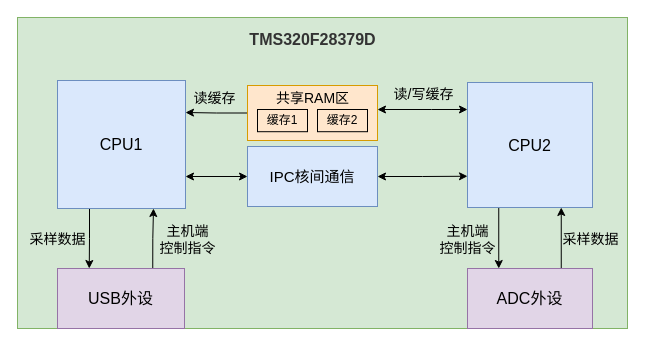
This is page "DSP程序内部逻辑" (2 of 4) of Untitled Diagram.drawio from fuxinsen/test, a draw.io file, before an edit. Source tidied: cells renumbered, new cells numbered last; positions are measured from the earlier drawing's top-left corner, leaving out a move shared by most shapes. Both pictures are drawn from the tidied source at 100%, with x=0, y=0 at pixel (17, 17).
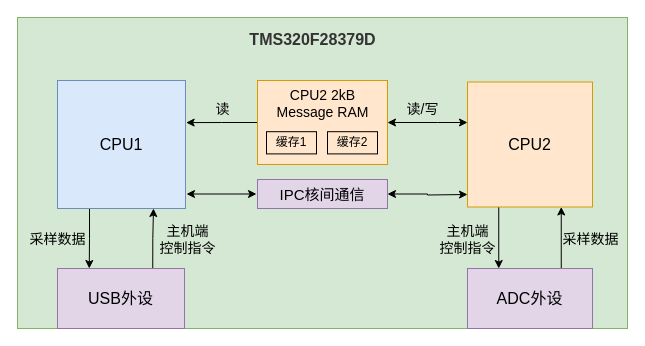
After the change.

The change refers to these unchanged cells:
```xml
<mxCell id="4" value="CPU1" style="whiteSpace=wrap;html=1;rounded=0;glass=0;sketch=0;fillColor=#dae8fc;fontSize=16;strokeColor=#6c8ebf;" parent="1" vertex="1">
  <mxGeometry x="40" y="63" width="128" height="128" as="geometry" />
</mxCell>
```

Diff of the diagram source:
```diff
@@
-    <mxCell id="6" value="CPU2" style="whiteSpace=wrap;html=1;rounded=0;glass=0;sketch=0;fillColor=#dae8fc;fontSize=16;strokeColor=#6c8ebf;" parent="1" vertex="1">
-      <mxGeometry x="450" y="65" width="125" height="125" as="geometry" />
+    <mxCell id="6" value="CPU2" style="whiteSpace=wrap;html=1;rounded=0;glass=0;sketch=0;fillColor=#ffe6cc;fontSize=16;strokeColor=#d79b00;" parent="1" vertex="1">
+      <mxGeometry x="450" y="64.5" width="125" height="125" as="geometry" />
     </mxCell>
@@
     <mxCell id="8" style="edgeStyle=orthogonalEdgeStyle;rounded=0;sketch=0;jettySize=auto;html=1;shadow=0;startArrow=classic;startFill=1;strokeColor=#000000;strokeWidth=1;fillColor=none;fontSize=16;" parent="1" edge="1" source="10" target="6">
       <mxGeometry relative="1" as="geometry">
         <Array as="points">
-          <mxPoint x="414" y="92" />
-          <mxPoint x="414" y="92" />
+          <mxPoint x="420" y="105" />
+          <mxPoint x="420" y="105" />
         </Array>
       </mxGeometry>
     </mxCell>
-    <mxCell id="9" style="edgeStyle=orthogonalEdgeStyle;rounded=0;sketch=0;jettySize=auto;html=1;entryX=1;entryY=0.25;entryDx=0;entryDy=0;shadow=0;startArrow=none;startFill=0;strokeColor=#000000;strokeWidth=1;fillColor=none;fontSize=12;endArrow=classic;endFill=1;" parent="1" edge="1" source="10" target="4">
+    <mxCell id="9" style="edgeStyle=orthogonalEdgeStyle;rounded=0;jettySize=auto;html=1;exitX=0;exitY=0.5;exitDx=0;exitDy=0;entryX=1.005;entryY=0.329;entryDx=0;entryDy=0;entryPerimeter=0;startArrow=none;startFill=0;" parent="1" edge="1" source="10" target="4">
       <mxGeometry relative="1" as="geometry" />
     </mxCell>
     <mxCell id="10" style="rounded=0;whiteSpace=wrap;html=1;glass=0;sketch=0;fillColor=#ffe6cc;fontSize=16;strokeColor=#d79b00;" parent="1" vertex="1">
-      <mxGeometry x="230" y="68" width="130" height="55" as="geometry" />
+      <mxGeometry x="240" y="63" width="130" height="84" as="geometry" />
     </mxCell>
-    <mxCell id="11" style="edgeStyle=orthogonalEdgeStyle;rounded=0;sketch=0;jettySize=auto;html=1;entryX=0;entryY=0.75;entryDx=0;entryDy=0;shadow=0;startArrow=classic;startFill=1;strokeColor=#000000;strokeWidth=1;fillColor=none;fontSize=16;" parent="1" edge="1" source="13" target="6">
-      <mxGeometry relative="1" as="geometry" />
-    </mxCell>
-    <mxCell id="12" style="edgeStyle=orthogonalEdgeStyle;rounded=0;sketch=0;jettySize=auto;html=1;entryX=1;entryY=0.75;entryDx=0;entryDy=0;shadow=0;startArrow=classic;startFill=1;strokeColor=#000000;strokeWidth=1;fillColor=none;fontSize=16;" parent="1" edge="1" source="13" target="4">
-      <mxGeometry relative="1" as="geometry" />
-    </mxCell>
+    <mxCell id="27" style="edgeStyle=orthogonalEdgeStyle;rounded=0;orthogonalLoop=1;jettySize=auto;html=1;entryX=1.016;entryY=0.887;entryDx=0;entryDy=0;entryPerimeter=0;startArrow=classic;startFill=1;" parent="1" edge="1">
+      <mxGeometry relative="1" as="geometry">
+        <mxPoint x="239" y="176.5" as="sourcePoint" />
+        <mxPoint x="169" y="176.5" as="targetPoint" />
+      </mxGeometry>
+    </mxCell>
+    <mxCell id="28" style="edgeStyle=orthogonalEdgeStyle;rounded=0;jettySize=auto;html=1;startArrow=classic;startFill=1;" parent="1" edge="1" source="13">
+      <mxGeometry relative="1" as="geometry">
+        <mxPoint x="450" y="177" as="targetPoint" />
+      </mxGeometry>
+    </mxCell>
-    <mxCell id="13" value="&lt;font style=&quot;font-size: 15px&quot;&gt;IPC核间通信&lt;/font&gt;" style="rounded=0;whiteSpace=wrap;html=1;glass=0;sketch=0;fillColor=#dae8fc;fontSize=16;strokeColor=#6c8ebf;" parent="1" vertex="1">
-      <mxGeometry x="230" y="129" width="130" height="60" as="geometry" />
+    <mxCell id="13" value="&lt;font style=&quot;font-size: 15px&quot;&gt;IPC核间通信&lt;/font&gt;" style="rounded=0;whiteSpace=wrap;html=1;glass=0;sketch=0;fillColor=#e1d5e7;fontSize=16;strokeColor=#9673a6;" parent="1" vertex="1">
+      <mxGeometry x="240" y="162" width="130" height="29" as="geometry" />
     </mxCell>
@@
-    <mxCell id="18" value="读/写缓存" style="text;html=1;align=center;verticalAlign=middle;fontSize=14;dashed=1;" parent="1" vertex="1">
-      <mxGeometry x="366" y="67" width="80" height="20" as="geometry" />
+    <mxCell id="18" value="读/写" style="text;html=1;align=center;verticalAlign=middle;fontSize=14;dashed=1;" parent="1" vertex="1">
+      <mxGeometry x="380" y="82" width="50" height="20" as="geometry" />
     </mxCell>
-    <mxCell id="19" value="读缓存" style="text;html=1;align=center;verticalAlign=middle;fontSize=14;dashed=1;" parent="1" vertex="1">
-      <mxGeometry x="167" y="71" width="60" height="20" as="geometry" />
+    <mxCell id="19" value="读" style="text;html=1;align=center;verticalAlign=middle;fontSize=14;dashed=1;" parent="1" vertex="1">
+      <mxGeometry x="190" y="82" width="30" height="20" as="geometry" />
     </mxCell>
@@
     <mxCell id="24" value="缓存1" style="rounded=0;whiteSpace=wrap;html=1;glass=0;sketch=0;strokeColor=#000000;fillColor=none;gradientColor=#ffffff;fontSize=12;" parent="1" vertex="1">
-      <mxGeometry x="240" y="92" width="50" height="22.2" as="geometry" />
+      <mxGeometry x="249" y="114.2" width="50" height="22.2" as="geometry" />
     </mxCell>
     <mxCell id="25" value="缓存2" style="rounded=0;whiteSpace=wrap;html=1;glass=0;sketch=0;strokeColor=#000000;fillColor=none;gradientColor=#ffffff;fontSize=12;" parent="1" vertex="1">
-      <mxGeometry x="300" y="92" width="50" height="22.2" as="geometry" />
+      <mxGeometry x="310" y="114.2" width="50" height="22.2" as="geometry" />
     </mxCell>
-    <mxCell id="26" value="&lt;font style=&quot;font-size: 14px&quot;&gt;共享RAM区&lt;/font&gt;" style="text;html=1;align=center;verticalAlign=middle;fontSize=12;" parent="1" vertex="1">
-      <mxGeometry x="250" y="71" width="90" height="20" as="geometry" />
+    <mxCell id="26" value="&lt;font style=&quot;font-size: 14px&quot;&gt;CPU2 2kB&lt;br&gt;Message RAM&lt;br&gt;&lt;/font&gt;" style="text;html=1;align=center;verticalAlign=middle;fontSize=12;fontStyle=0;" parent="1" vertex="1">
+      <mxGeometry x="250" y="71" width="110" height="30" as="geometry" />
     </mxCell>
```
